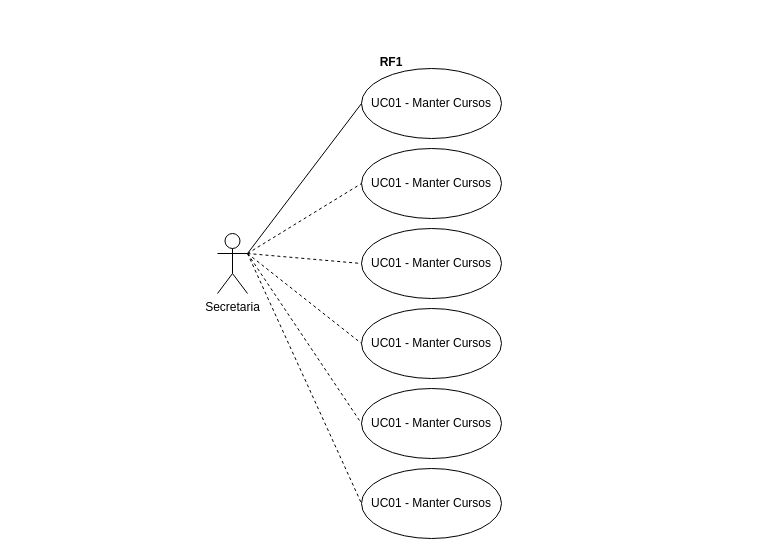
This is INF1013 Casos de Uso.drawio from Ajnus/INF1013_Modelagem_De_Software, a draw.io file, before an edit. Source tidied: cells renumbered, new cells numbered last; positions are measured from the earlier drawing's top-left corner, leaving out a move shared by most shapes. Both pictures are drawn from the tidied source at 100%, with x=0, y=0 at pixel (217, 48).
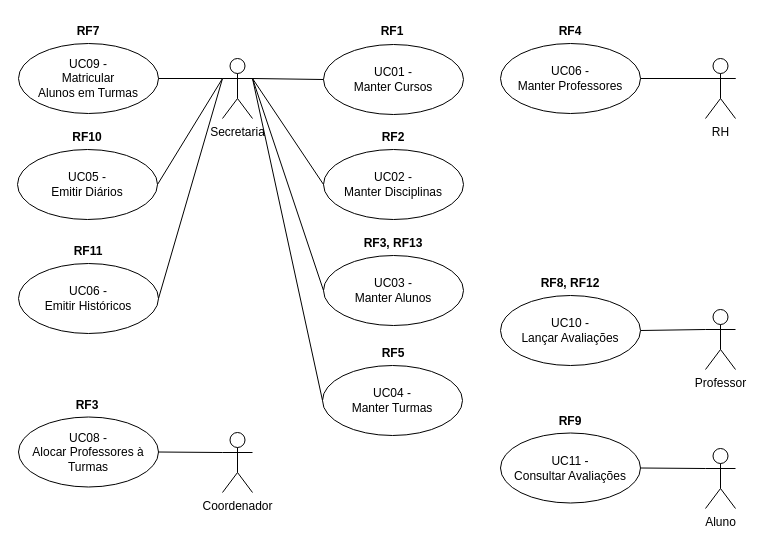
The same page after the edit.

Change to the diagram source:
```diff
@@
     <mxCell id="2" value="&lt;div&gt;Secretaria&lt;/div&gt;&lt;div&gt;&lt;br&gt;&lt;/div&gt;" style="shape=umlActor;verticalLabelPosition=bottom;verticalAlign=top;html=1;" parent="1" vertex="1">
-      <mxGeometry y="185" width="30" height="60" as="geometry" />
+      <mxGeometry x="5" y="10" width="30" height="60" as="geometry" />
     </mxCell>
-    <mxCell id="3" value="&lt;div&gt;UC01 - Manter Cursos&lt;/div&gt;" style="ellipse;whiteSpace=wrap;html=1;" parent="1" vertex="1">
-      <mxGeometry x="144" y="20" width="140" height="70" as="geometry" />
+    <mxCell id="3" value="&lt;div&gt;UC01 - &lt;br&gt;Manter Cursos&lt;/div&gt;" style="ellipse;whiteSpace=wrap;html=1;" parent="1" vertex="1">
+      <mxGeometry x="106" y="-4" width="140" height="70" as="geometry" />
     </mxCell>
     <mxCell id="4" value="RF1" style="text;align=center;fontStyle=1;verticalAlign=middle;spacingLeft=3;spacingRight=3;strokeColor=none;" parent="1" vertex="1">
-      <mxGeometry x="134" width="80" height="26" as="geometry" />
+      <mxGeometry x="135" y="-31" width="80" height="26" as="geometry" />
     </mxCell>
-    <mxCell id="5" value="&lt;div&gt;UC01 - Manter Cursos&lt;/div&gt;" style="ellipse;whiteSpace=wrap;html=1;" parent="1" vertex="1">
-      <mxGeometry x="144" y="100" width="140" height="70" as="geometry" />
+    <mxCell id="5" value="&lt;div style=&quot;background-color: transparent&quot;&gt;UC02 - &lt;br&gt;Manter Disciplinas&lt;/div&gt;" style="ellipse;whiteSpace=wrap;html=1;" parent="1" vertex="1">
+      <mxGeometry x="106" y="101" width="140" height="70" as="geometry" />
     </mxCell>
-    <mxCell id="6" value="&lt;div&gt;UC01 - Manter Cursos&lt;/div&gt;" style="ellipse;whiteSpace=wrap;html=1;" parent="1" vertex="1">
-      <mxGeometry x="144" y="180" width="140" height="70" as="geometry" />
-    </mxCell>
-    <mxCell id="7" value="&lt;div&gt;UC01 - Manter Cursos&lt;/div&gt;" style="ellipse;whiteSpace=wrap;html=1;" parent="1" vertex="1">
-      <mxGeometry x="144" y="260" width="140" height="70" as="geometry" />
-    </mxCell>
-    <mxCell id="8" value="&lt;div&gt;UC01 - Manter Cursos&lt;/div&gt;" style="ellipse;whiteSpace=wrap;html=1;" parent="1" vertex="1">
-      <mxGeometry x="144" y="340" width="140" height="70" as="geometry" />
-    </mxCell>
-    <mxCell id="9" value="&lt;div&gt;UC01 - Manter Cursos&lt;/div&gt;" style="ellipse;whiteSpace=wrap;html=1;" parent="1" vertex="1">
-      <mxGeometry x="144" y="420" width="140" height="70" as="geometry" />
-    </mxCell>
@@
+    <mxCell id="16" value="RF2" style="text;align=center;fontStyle=1;verticalAlign=middle;spacingLeft=3;spacingRight=3;strokeColor=none;" parent="1" vertex="1">
+      <mxGeometry x="136" y="75" width="80" height="26" as="geometry" />
+    </mxCell>
+    <mxCell id="17" value="&lt;div&gt;UC03 -&lt;br&gt;Manter Alunos&lt;/div&gt;" style="ellipse;whiteSpace=wrap;html=1;" parent="1" vertex="1">
+      <mxGeometry x="106" y="207" width="140" height="70" as="geometry" />
+    </mxCell>
+    <mxCell id="18" value="RF3, RF13" style="text;align=center;fontStyle=1;verticalAlign=middle;spacingLeft=3;spacingRight=3;strokeColor=none;" parent="1" vertex="1">
+      <mxGeometry x="136" y="181" width="80" height="26" as="geometry" />
+    </mxCell>
+    <mxCell id="19" value="&lt;div style=&quot;background-color: transparent&quot;&gt;UC04 -&lt;br&gt; Manter Turmas&lt;/div&gt;" style="ellipse;whiteSpace=wrap;html=1;" parent="1" vertex="1">
+      <mxGeometry x="105" y="317" width="140" height="70" as="geometry" />
+    </mxCell>
+    <mxCell id="20" value="RF5" style="text;align=center;fontStyle=1;verticalAlign=middle;spacingLeft=3;spacingRight=3;strokeColor=none;" parent="1" vertex="1">
+      <mxGeometry x="136" y="291" width="80" height="26" as="geometry" />
+    </mxCell>
+    <mxCell id="21" value="&lt;div&gt;UC05 -&lt;/div&gt;&lt;div&gt;Emitir Diários&lt;br&gt;&lt;/div&gt;" style="ellipse;whiteSpace=wrap;html=1;" parent="1" vertex="1">
+      <mxGeometry x="-200" y="101" width="140" height="70" as="geometry" />
+    </mxCell>
+    <mxCell id="22" value="RF10" style="text;align=center;fontStyle=1;verticalAlign=middle;spacingLeft=3;spacingRight=3;strokeColor=none;" parent="1" vertex="1">
+      <mxGeometry x="-170" y="75" width="80" height="26" as="geometry" />
+    </mxCell>
+    <mxCell id="23" value="&lt;div style=&quot;background-color: transparent&quot;&gt;UC06 -&lt;br&gt;Emitir Históricos&lt;br&gt;&lt;/div&gt;" style="ellipse;whiteSpace=wrap;html=1;" parent="1" vertex="1">
+      <mxGeometry x="-199" y="215" width="140" height="70" as="geometry" />
+    </mxCell>
+    <mxCell id="24" value="RF11" style="text;align=center;fontStyle=1;verticalAlign=middle;spacingLeft=3;spacingRight=3;strokeColor=none;" parent="1" vertex="1">
+      <mxGeometry x="-169" y="189" width="80" height="26" as="geometry" />
+    </mxCell>
+    <mxCell id="25" value="RH" style="shape=umlActor;verticalLabelPosition=bottom;verticalAlign=top;html=1;outlineConnect=0;" parent="1" vertex="1">
+      <mxGeometry x="488" y="10" width="30" height="60" as="geometry" />
+    </mxCell>
+    <mxCell id="26" value="&lt;div style=&quot;background-color: transparent&quot;&gt;UC06 -&lt;br&gt;Manter Professores&lt;br&gt;&lt;/div&gt;" style="ellipse;whiteSpace=wrap;html=1;" parent="1" vertex="1">
+      <mxGeometry x="283" y="-5" width="140" height="70" as="geometry" />
+    </mxCell>
+    <mxCell id="27" value="RF4" style="text;align=center;fontStyle=1;verticalAlign=middle;spacingLeft=3;spacingRight=3;strokeColor=none;" parent="1" vertex="1">
+      <mxGeometry x="313" y="-31" width="80" height="26" as="geometry" />
+    </mxCell>
+    <mxCell id="28" style="endArrow=none;html=1;rounded=0;exitX=1;exitY=0.3333333333333333;exitDx=0;exitDy=0;exitPerimeter=0;entryX=1;entryY=0.5;entryDx=0;entryDy=0;" parent="1" edge="1" source="25" target="26">
+      <mxGeometry relative="1" as="geometry" />
+    </mxCell>
+    <mxCell id="29" value="&lt;div&gt;Coordenador&lt;/div&gt;" style="shape=umlActor;verticalLabelPosition=bottom;verticalAlign=top;html=1;outlineConnect=0;" parent="1" vertex="1">
+      <mxGeometry x="5" y="384" width="30" height="60" as="geometry" />
+    </mxCell>
+    <mxCell id="30" style="endArrow=none;html=1;rounded=0;exitX=1;exitY=0.3333333333333333;exitDx=0;exitDy=0;exitPerimeter=0;entryX=0;entryY=0.5;entryDx=0;entryDy=0;" parent="1" edge="1" source="2" target="17">
+      <mxGeometry relative="1" as="geometry" />
+    </mxCell>
-    <mxCell id="11" style="endArrow=none;dashed=1;html=1;rounded=0;exitX=1;exitY=0.3333333333333333;exitDx=0;exitDy=0;exitPerimeter=0;entryX=0;entryY=0.5;entryDx=0;entryDy=0;" parent="1" edge="1" source="2" target="5">
+    <mxCell id="11" style="endArrow=none;html=1;rounded=0;entryX=0;entryY=0.5;entryDx=0;entryDy=0;exitX=1;exitY=0.3333333333333333;exitDx=0;exitDy=0;exitPerimeter=0;" parent="1" edge="1" source="2" target="5">
       <mxGeometry relative="1" as="geometry" />
     </mxCell>
-    <mxCell id="12" style="endArrow=none;dashed=1;html=1;rounded=0;entryX=0;entryY=0.5;entryDx=0;entryDy=0;exitX=1;exitY=0.3333333333333333;exitDx=0;exitDy=0;exitPerimeter=0;" parent="1" edge="1" source="2" target="6">
-      <mxGeometry relative="1" as="geometry" />
-    </mxCell>
-    <mxCell id="13" style="endArrow=none;dashed=1;html=1;rounded=0;exitX=1;exitY=0.3333333333333333;exitDx=0;exitDy=0;exitPerimeter=0;entryX=0;entryY=0.5;entryDx=0;entryDy=0;" parent="1" edge="1" source="2" target="7">
-      <mxGeometry relative="1" as="geometry" />
-    </mxCell>
-    <mxCell id="14" style="endArrow=none;dashed=1;html=1;rounded=0;exitX=1;exitY=0.3333333333333333;exitDx=0;exitDy=0;exitPerimeter=0;entryX=0;entryY=0.5;entryDx=0;entryDy=0;" parent="1" edge="1" source="2" target="9">
-      <mxGeometry relative="1" as="geometry" />
-    </mxCell>
-    <mxCell id="15" style="endArrow=none;dashed=1;html=1;rounded=0;exitX=1;exitY=0.3333333333333333;exitDx=0;exitDy=0;exitPerimeter=0;entryX=0;entryY=0.5;entryDx=0;entryDy=0;" parent="1" edge="1" source="2" target="8">
-      <mxGeometry relative="1" as="geometry" />
-    </mxCell>
+    <mxCell id="31" style="endArrow=none;html=1;rounded=0;entryX=0;entryY=0.5;entryDx=0;entryDy=0;exitX=1;exitY=0.3333333333333333;exitDx=0;exitDy=0;exitPerimeter=0;" parent="1" edge="1" source="2" target="19">
+      <mxGeometry relative="1" as="geometry" />
+    </mxCell>
+    <mxCell id="32" style="endArrow=none;html=1;rounded=0;entryX=1;entryY=0.5;entryDx=0;entryDy=0;exitX=0;exitY=0.3333333333333333;exitDx=0;exitDy=0;exitPerimeter=0;" parent="1" edge="1" source="2" target="21">
+      <mxGeometry relative="1" as="geometry" />
+    </mxCell>
+    <mxCell id="33" style="endArrow=none;html=1;rounded=0;entryX=1;entryY=0.5;entryDx=0;entryDy=0;exitX=0;exitY=0.3333333333333333;exitDx=0;exitDy=0;exitPerimeter=0;" parent="1" edge="1" source="2" target="23">
+      <mxGeometry relative="1" as="geometry" />
+    </mxCell>
+    <mxCell id="34" value="&lt;div style=&quot;background-color: transparent&quot;&gt;UC08 -&lt;/div&gt;&lt;div style=&quot;background-color: transparent&quot;&gt;Alocar Professores à Turmas&lt;br&gt;&lt;/div&gt;" style="ellipse;whiteSpace=wrap;html=1;" parent="1" vertex="1">
+      <mxGeometry x="-199" y="368.5" width="140" height="70" as="geometry" />
+    </mxCell>
+    <mxCell id="35" value="RF3" style="text;align=center;fontStyle=1;verticalAlign=middle;spacingLeft=3;spacingRight=3;strokeColor=none;" parent="1" vertex="1">
+      <mxGeometry x="-170" y="342.5" width="80" height="26" as="geometry" />
+    </mxCell>
+    <mxCell id="36" style="endArrow=none;html=1;rounded=0;exitX=0;exitY=0.3333333333333333;exitDx=0;exitDy=0;exitPerimeter=0;entryX=1;entryY=0.5;entryDx=0;entryDy=0;" parent="1" edge="1" source="29" target="34">
+      <mxGeometry relative="1" as="geometry" />
+    </mxCell>
+    <mxCell id="37" value="RF7" style="text;align=center;fontStyle=1;verticalAlign=middle;spacingLeft=3;spacingRight=3;strokeColor=none;" parent="1" vertex="1">
+      <mxGeometry x="-169" y="-31" width="80" height="26" as="geometry" />
+    </mxCell>
+    <mxCell id="38" value="&lt;div&gt;UC09 -&lt;br&gt;Matricular&lt;/div&gt;&lt;div&gt;Alunos em Turmas&lt;br&gt;&lt;/div&gt;" style="ellipse;whiteSpace=wrap;html=1;" parent="1" vertex="1">
+      <mxGeometry x="-199" y="-5" width="140" height="70" as="geometry" />
+    </mxCell>
+    <mxCell id="39" style="endArrow=none;html=1;rounded=0;exitX=0;exitY=0.3333333333333333;exitDx=0;exitDy=0;exitPerimeter=0;entryX=1;entryY=0.5;entryDx=0;entryDy=0;" parent="1" edge="1" source="2" target="38">
+      <mxGeometry relative="1" as="geometry" />
+    </mxCell>
+    <mxCell id="40" value="Aluno" style="shape=umlActor;verticalLabelPosition=bottom;verticalAlign=top;html=1;outlineConnect=0;" parent="1" vertex="1">
+      <mxGeometry x="488" y="400" width="30" height="60" as="geometry" />
+    </mxCell>
+    <mxCell id="41" value="RF9" style="text;align=center;fontStyle=1;verticalAlign=middle;spacingLeft=3;spacingRight=3;strokeColor=none;" parent="1" vertex="1">
+      <mxGeometry x="313" y="358.5" width="80" height="26" as="geometry" />
+    </mxCell>
+    <mxCell id="42" style="endArrow=none;html=1;rounded=0;exitX=0;exitY=0.3333333333333333;exitDx=0;exitDy=0;exitPerimeter=0;entryX=1;entryY=0.5;entryDx=0;entryDy=0;" parent="1" edge="1" source="40" target="43">
+      <mxGeometry relative="1" as="geometry" />
+    </mxCell>
+    <mxCell id="43" value="&lt;div style=&quot;background-color: transparent&quot;&gt;UC11 -&lt;/div&gt;&lt;div style=&quot;background-color: transparent&quot;&gt;Consultar Avaliações&lt;br&gt;&lt;/div&gt;" style="ellipse;whiteSpace=wrap;html=1;" parent="1" vertex="1">
+      <mxGeometry x="283" y="384.5" width="140" height="70" as="geometry" />
+    </mxCell>
+    <mxCell id="44" value="Professor" style="shape=umlActor;verticalLabelPosition=bottom;verticalAlign=top;html=1;outlineConnect=0;" parent="1" vertex="1">
+      <mxGeometry x="488" y="261" width="30" height="60" as="geometry" />
+    </mxCell>
+    <mxCell id="45" value="RF8, RF12" style="text;align=center;fontStyle=1;verticalAlign=middle;spacingLeft=3;spacingRight=3;strokeColor=none;" parent="1" vertex="1">
+      <mxGeometry x="313" y="221" width="80" height="26" as="geometry" />
+    </mxCell>
+    <mxCell id="46" style="endArrow=none;html=1;rounded=0;exitX=0;exitY=0.3333333333333333;exitDx=0;exitDy=0;exitPerimeter=0;entryX=1;entryY=0.5;entryDx=0;entryDy=0;" parent="1" edge="1" source="44" target="47">
+      <mxGeometry relative="1" as="geometry" />
+    </mxCell>
+    <mxCell id="47" value="&lt;div style=&quot;background-color: transparent&quot;&gt;UC10 -&lt;/div&gt;&lt;div style=&quot;background-color: transparent&quot;&gt;Lançar Avaliações&lt;br&gt;&lt;/div&gt;" style="ellipse;whiteSpace=wrap;html=1;" parent="1" vertex="1">
+      <mxGeometry x="283" y="247" width="140" height="70" as="geometry" />
+    </mxCell>
```
